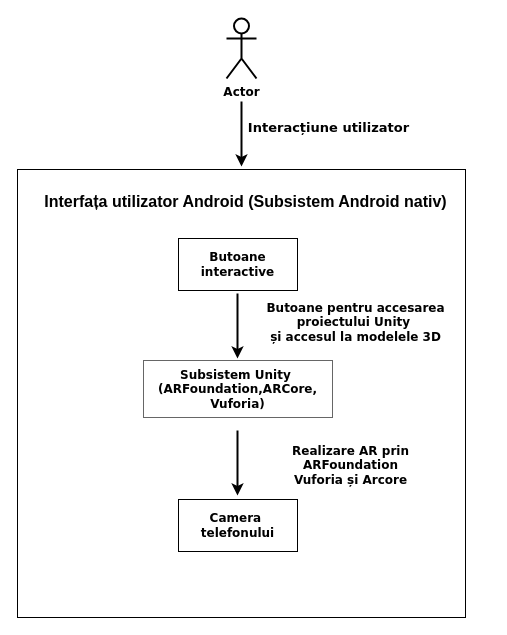
This is Untitled Diagram.drawio from Momoi2309/3dmodels, a draw.io file, before an edit. Source tidied: cells renumbered, new cells numbered last; positions are measured from the earlier drawing's top-left corner, leaving out a move shared by most shapes. Both pictures are drawn from the tidied source at 100%, with x=0, y=0 at pixel (17, 18).
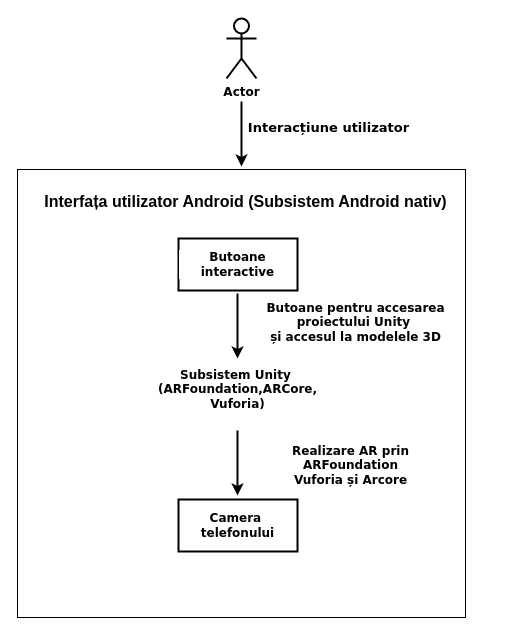
The same diagram, later.

The edit, as a diff of the source:
```diff
@@
 <mxGraphModel background="#ffffff">
   <root>
     <mxCell id="0" />
     <mxCell id="1" parent="0" />
     <mxCell id="2" style="whiteSpace=wrap;html=1;fontSize=10;labelBorderColor=none;" parent="1" vertex="1">
       <mxGeometry y="151" width="448" height="448" as="geometry" />
     </mxCell>
     <mxCell id="3" value="Actor" style="shape=umlActor;verticalLabelPosition=bottom;verticalAlign=top;html=1;strokeColor=#000000;fontStyle=1;fontFamily=Verdana;fontColor=#000000;strokeWidth=2;" parent="1" vertex="1">
       <mxGeometry x="209" width="30" height="60" as="geometry" />
     </mxCell>
-    <mxCell id="4" value="Butoane interactive" style="rounded=0;whiteSpace=wrap;html=1;fontStyle=1;fontFamily=Verdana;labelBackgroundColor=default;" parent="1" vertex="1">
+    <mxCell id="4" value="Butoane interactive" style="rounded=0;whiteSpace=wrap;html=1;fontStyle=1;fontFamily=Verdana;labelBackgroundColor=default;strokeWidth=2;" parent="1" vertex="1">
       <mxGeometry x="161" y="220" width="119" height="52" as="geometry" />
     </mxCell>
     <mxCell id="5" style="endArrow=classic;html=1;rounded=0;fontColor=#000000;strokeColor=#000000;strokeWidth=2;" parent="1" edge="1">
       <mxGeometry relative="1" as="geometry">
         <mxPoint x="224" y="83" as="sourcePoint" />
         <mxPoint x="224" y="148" as="targetPoint" />
       </mxGeometry>
     </mxCell>
-    <mxCell id="6" value="Subsistem Unity&amp;nbsp;&lt;br&gt;(ARFoundation,ARCore,&lt;br&gt;Vuforia)" style="rounded=0;whiteSpace=wrap;html=1;fontFamily=Verdana;fontStyle=1;opacity=60;" parent="1" vertex="1">
+    <mxCell id="6" value="Subsistem Unity&amp;nbsp;&lt;br&gt;(ARFoundation,ARCore,&lt;br&gt;Vuforia)" style="rounded=0;whiteSpace=wrap;html=1;fontFamily=Verdana;fontStyle=1;opacity=60;strokeWidth=2;strokeColor=#FFFFFF;" parent="1" vertex="1">
       <mxGeometry x="126" y="342" width="189" height="57" as="geometry" />
     </mxCell>
-    <mxCell id="7" value="Camera&amp;nbsp;&lt;br&gt;telefonului" style="rounded=0;whiteSpace=wrap;html=1;fontStyle=1;fontFamily=Verdana;" parent="1" vertex="1">
+    <mxCell id="7" value="Camera&amp;nbsp;&lt;br&gt;telefonului" style="rounded=0;whiteSpace=wrap;html=1;fontStyle=1;fontFamily=Verdana;strokeWidth=2;" parent="1" vertex="1">
       <mxGeometry x="161" y="481" width="119" height="52" as="geometry" />
     </mxCell>
     <mxCell id="8" style="endArrow=classic;html=1;rounded=0;strokeWidth=2;" parent="1" edge="1">
       <mxGeometry relative="1" as="geometry">
         <mxPoint x="220" y="275" as="sourcePoint" />
         <mxPoint x="220" y="340" as="targetPoint" />
       </mxGeometry>
     </mxCell>
     <mxCell id="9" style="endArrow=classic;html=1;rounded=0;strokeWidth=2;" parent="1" edge="1">
       <mxGeometry relative="1" as="geometry">
         <mxPoint x="220" y="412" as="sourcePoint" />
         <mxPoint x="220" y="477" as="targetPoint" />
       </mxGeometry>
     </mxCell>
     <mxCell id="10" value="&lt;font style=&quot;font-size: 16px;&quot;&gt;Interfața utilizator Android (Subsistem Android nativ)&lt;/font&gt;" style="text;strokeColor=none;fillColor=none;html=1;fontSize=18;fontStyle=1;verticalAlign=middle;align=center;" parent="1" vertex="1">
       <mxGeometry x="190" y="171" width="76" height="23" as="geometry" />
     </mxCell>
     <mxCell id="11" value="Interacțiune utilizator" style="text;strokeColor=none;fillColor=none;html=1;fontSize=13;fontStyle=1;verticalAlign=middle;align=center;fontFamily=Verdana;fontColor=#000000;" parent="1" vertex="1">
       <mxGeometry x="278" y="98" width="66" height="21" as="geometry" />
     </mxCell>
     <mxCell id="12" value="Butoane pentru accesarea &lt;br style=&quot;font-size: 12px;&quot;&gt;proiectului Unity&amp;nbsp;&lt;br style=&quot;font-size: 12px;&quot;&gt;și accesul la modelele 3D" style="text;strokeColor=none;fillColor=none;html=1;fontSize=12;fontStyle=1;verticalAlign=middle;align=center;fontFamily=Verdana;" parent="1" vertex="1">
       <mxGeometry x="204" y="290" width="268" height="28" as="geometry" />
     </mxCell>
     <mxCell id="13" value="Realizare AR prin &lt;br&gt;ARFoundation&lt;br&gt;Vuforia și Arcore" style="text;strokeColor=none;fillColor=none;html=1;fontSize=12;fontStyle=1;verticalAlign=middle;align=center;fontFamily=Verdana;" parent="1" vertex="1">
       <mxGeometry x="303" y="434" width="59" height="26" as="geometry" />
     </mxCell>
   </root>
 </mxGraphModel>
```
